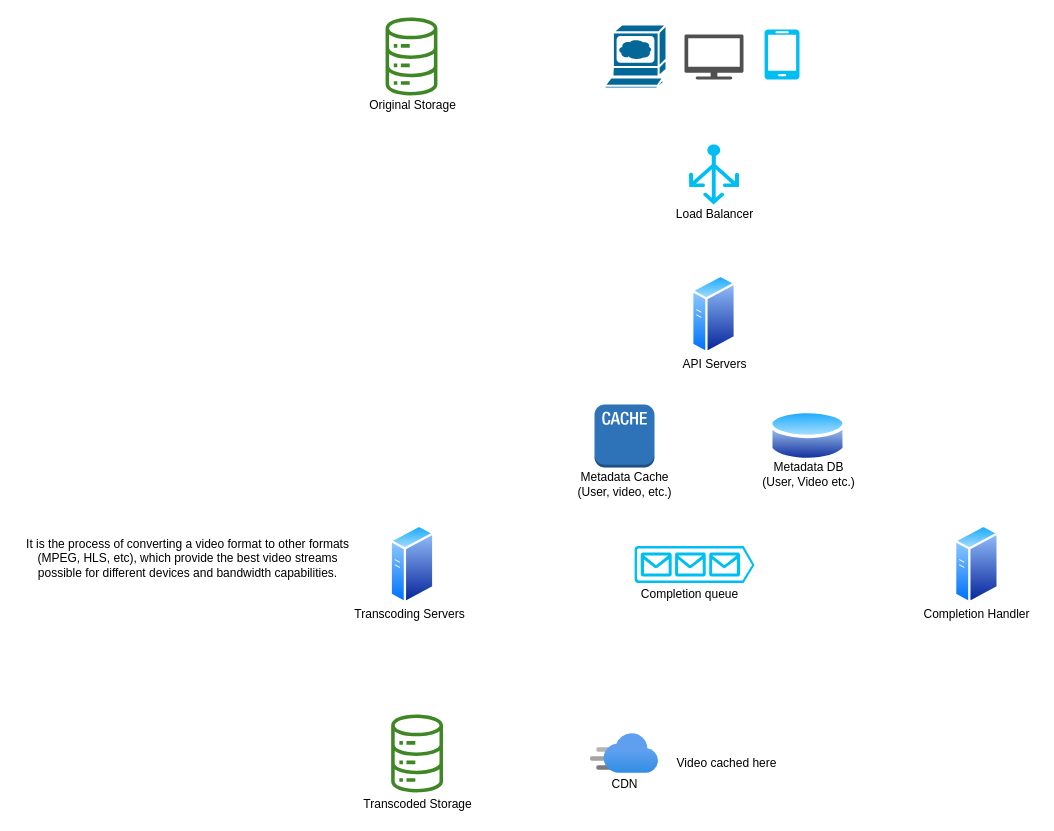
This is Design Youtube.drawio from qiusli/system-design, a draw.io file, before an edit. Source tidied: cells renumbered, new cells numbered last; positions are measured from the earlier drawing's top-left corner, leaving out a move shared by most shapes. Both pictures are drawn from the tidied source at 100%, with x=0, y=0 at pixel (17, 17).
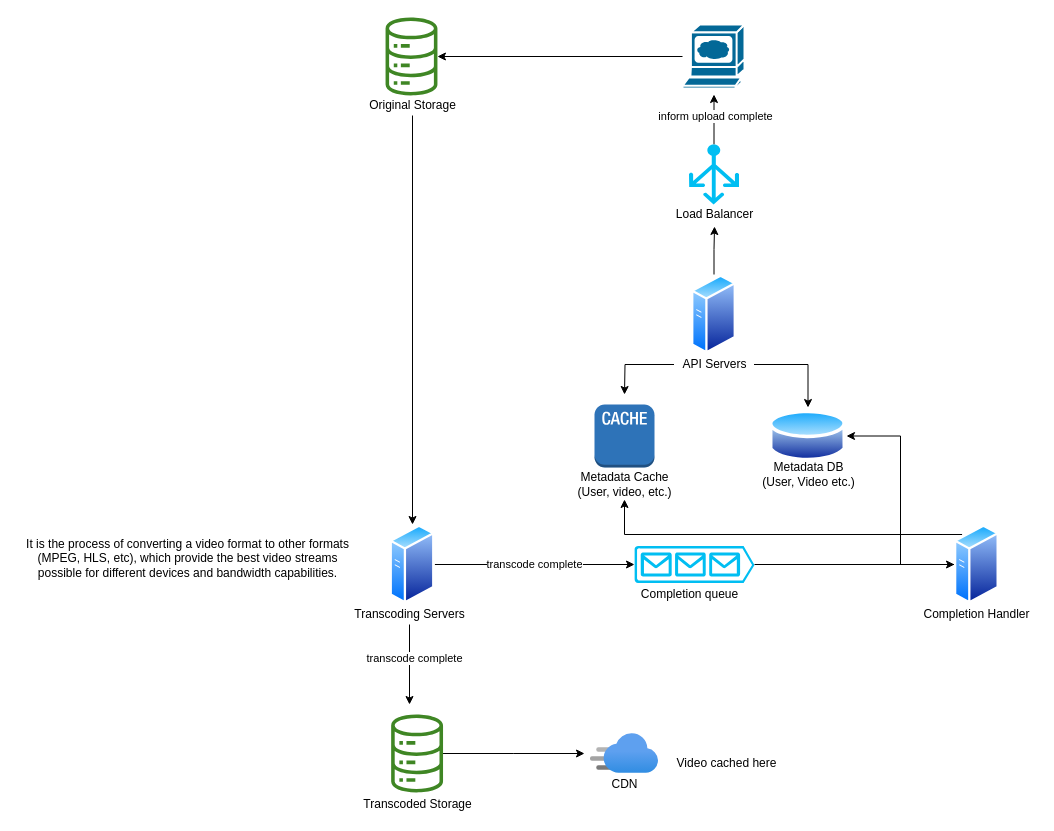
The same diagram, later.

The change refers to these unchanged cells:
```xml
<mxCell id="5" style="sketch=0;outlineConnect=0;fontColor=#232F3E;gradientColor=none;fillColor=#3F8624;strokeColor=none;dashed=0;verticalLabelPosition=bottom;verticalAlign=top;align=center;html=1;fontSize=12;fontStyle=0;shape=mxgraph.aws4.iot_analytics_data_store;" parent="1" vertex="1">
  <mxGeometry x="367" width="54" height="78" as="geometry" />
</mxCell>
<mxCell id="6" style="verticalLabelPosition=bottom;html=1;verticalAlign=top;align=center;strokeColor=none;fillColor=#00BEF2;shape=mxgraph.azure.load_balancer_generic;" parent="1" vertex="1">
  <mxGeometry x="671.5" y="127" width="50" height="60" as="geometry" />
</mxCell>
<mxCell id="8" style="perimeter=ellipsePerimeter;html=1;align=center;shadow=0;dashed=0;spacingTop=3;image;image=img/lib/active_directory/database.svg;" parent="1" vertex="1">
  <mxGeometry x="752" y="390" width="77" height="57" as="geometry" />
</mxCell>
<mxCell id="9" style="perimeter=ellipsePerimeter;html=1;align=center;shadow=0;dashed=0;spacingTop=3;image;image=img/lib/active_directory/generic_server.svg;" parent="1" vertex="1">
  <mxGeometry x="372.6" y="507" width="44.8" height="80" as="geometry" />
</mxCell>
<mxCell id="10" style="sketch=0;outlineConnect=0;fontColor=#232F3E;gradientColor=none;fillColor=#3F8624;strokeColor=none;dashed=0;verticalLabelPosition=bottom;verticalAlign=top;align=center;html=1;fontSize=12;fontStyle=0;shape=mxgraph.aws4.iot_analytics_data_store;" parent="1" vertex="1">
  <mxGeometry x="372.6" y="697" width="54" height="78" as="geometry" />
</mxCell>
<mxCell id="11" style="verticalLabelPosition=bottom;html=1;verticalAlign=top;align=center;strokeColor=none;fillColor=#00BEF2;shape=mxgraph.azure.queue_generic;" parent="1" vertex="1">
  <mxGeometry x="617" y="528.5" width="120" height="37" as="geometry" />
</mxCell>
<mxCell id="12" style="perimeter=ellipsePerimeter;html=1;align=center;shadow=0;dashed=0;spacingTop=3;image;image=img/lib/active_directory/generic_server.svg;" parent="1" vertex="1">
  <mxGeometry x="937" y="507" width="44.8" height="80" as="geometry" />
</mxCell>
<mxCell id="13" style="perimeter=ellipsePerimeter;html=1;align=center;shadow=0;dashed=0;spacingTop=3;image;image=img/lib/active_directory/generic_server.svg;" parent="1" vertex="1">
  <mxGeometry x="674.1" y="257" width="44.8" height="80" as="geometry" />
</mxCell>
<mxCell id="14" value="Original Storage" style="text;html=1;align=center;verticalAlign=middle;points=[];strokeColor=none;fillColor=none;" parent="1" vertex="1">
  <mxGeometry x="345" y="78" width="100" height="20" as="geometry" />
</mxCell>
<mxCell id="15" value="Transcoding Servers" style="text;html=1;align=center;verticalAlign=middle;points=[];strokeColor=none;fillColor=none;" parent="1" vertex="1">
  <mxGeometry x="327" y="587" width="130" height="20" as="geometry" />
</mxCell>
<mxCell id="21" value="Metadata Cache&lt;br&gt;(User, video, etc.)" style="text;html=1;align=center;verticalAlign=middle;points=[];strokeColor=none;fillColor=none;" parent="1" vertex="1">
  <mxGeometry x="552" y="452" width="110" height="30" as="geometry" />
</mxCell>
<mxCell id="23" value="API Servers" style="text;html=1;align=center;verticalAlign=middle;points=[];strokeColor=none;fillColor=none;" parent="1" vertex="1">
  <mxGeometry x="656.5" y="337" width="80" height="20" as="geometry" />
</mxCell>
<mxCell id="24" value="Load Balancer" style="text;html=1;align=center;verticalAlign=middle;points=[];strokeColor=none;fillColor=none;" parent="1" vertex="1">
  <mxGeometry x="651.5" y="187" width="90" height="20" as="geometry" />
</mxCell>
```

Change to the diagram source:
```diff
@@
+    <mxCell id="27" style="edgeStyle=orthogonalEdgeStyle;rounded=0;jettySize=auto;html=1;" parent="1" edge="1" source="2" target="5">
+      <mxGeometry relative="1" as="geometry" />
+    </mxCell>
     <mxCell id="2" style="shape=mxgraph.cisco.computers_and_peripherals.web_browser;html=1;dashed=0;fillColor=#036897;strokeColor=#ffffff;strokeWidth=2;verticalLabelPosition=bottom;verticalAlign=top;align=center;outlineConnect=0;" parent="1" vertex="1">
-      <mxGeometry x="587" y="7" width="62" height="64" as="geometry" />
+      <mxGeometry x="665" y="7" width="62" height="64" as="geometry" />
     </mxCell>
-    <mxCell id="3" style="sketch=0;shadow=0;dashed=0;html=1;strokeColor=none;fillColor=#505050;labelPosition=center;verticalLabelPosition=bottom;verticalAlign=top;align=center;shape=mxgraph.office.devices.tv;" parent="1" vertex="1">
-      <mxGeometry x="667" y="17" width="59" height="45" as="geometry" />
-    </mxCell>
-    <mxCell id="4" style="verticalLabelPosition=bottom;html=1;verticalAlign=top;align=center;strokeColor=none;fillColor=#00BEF2;shape=mxgraph.azure.mobile;" parent="1" vertex="1">
-      <mxGeometry x="747" y="12" width="35" height="50" as="geometry" />
-    </mxCell>
@@
+    <mxCell id="28" style="edgeStyle=orthogonalEdgeStyle;rounded=0;jettySize=auto;html=1;" parent="1" edge="1" source="6">
+      <mxGeometry relative="1" as="geometry">
+        <mxPoint x="696.5" y="77" as="targetPoint" />
+      </mxGeometry>
+    </mxCell>
+    <mxCell id="29" value="inform upload complete" style="edgeLabel;html=1;align=center;verticalAlign=middle;" parent="28" vertex="1">
+      <mxGeometry x="0.16" relative="1" as="geometry">
+        <mxPoint x="1" as="offset" />
+      </mxGeometry>
+    </mxCell>
@@
+    <mxCell id="30" value="transcode complete" style="edgeStyle=orthogonalEdgeStyle;rounded=0;jettySize=auto;html=1;entryX=0;entryY=0.5;entryDx=0;entryDy=0;entryPerimeter=0;" parent="1" edge="1" source="9" target="11">
+      <mxGeometry relative="1" as="geometry" />
+    </mxCell>
@@
+    <mxCell id="31" style="edgeStyle=orthogonalEdgeStyle;rounded=0;jettySize=auto;html=1;" parent="1" edge="1" source="10">
+      <mxGeometry relative="1" as="geometry">
+        <mxPoint x="567" y="736" as="targetPoint" />
+      </mxGeometry>
+    </mxCell>
@@
+    <mxCell id="32" style="edgeStyle=orthogonalEdgeStyle;rounded=0;jettySize=auto;html=1;entryX=0;entryY=0.5;entryDx=0;entryDy=0;" parent="1" edge="1" source="11" target="12">
+      <mxGeometry relative="1" as="geometry" />
+    </mxCell>
@@
+    <mxCell id="33" style="edgeStyle=orthogonalEdgeStyle;rounded=0;jettySize=auto;html=1;entryX=1;entryY=0.5;entryDx=0;entryDy=0;" parent="1" edge="1" source="12" target="8">
+      <mxGeometry relative="1" as="geometry" />
+    </mxCell>
+    <mxCell id="34" style="edgeStyle=orthogonalEdgeStyle;rounded=0;jettySize=auto;html=1;" parent="1" edge="1" source="12" target="21">
+      <mxGeometry relative="1" as="geometry">
+        <Array as="points">
+          <mxPoint x="607" y="517" />
+        </Array>
+      </mxGeometry>
+    </mxCell>
@@
+    <mxCell id="35" style="edgeStyle=orthogonalEdgeStyle;rounded=0;jettySize=auto;html=1;entryX=0.506;entryY=1.1;entryDx=0;entryDy=0;entryPerimeter=0;" parent="1" edge="1" source="13" target="24">
+      <mxGeometry relative="1" as="geometry" />
+    </mxCell>
@@
+    <mxCell id="36" style="edgeStyle=orthogonalEdgeStyle;rounded=0;jettySize=auto;html=1;entryX=0.5;entryY=0;entryDx=0;entryDy=0;" parent="1" edge="1" source="14" target="9">
+      <mxGeometry relative="1" as="geometry" />
+    </mxCell>
@@
+    <mxCell id="37" style="edgeStyle=orthogonalEdgeStyle;rounded=0;jettySize=auto;html=1;" parent="1" edge="1" source="15">
+      <mxGeometry relative="1" as="geometry">
+        <mxPoint x="392" y="687" as="targetPoint" />
+      </mxGeometry>
+    </mxCell>
+    <mxCell id="38" value="transcode complete" style="edgeLabel;html=1;align=center;verticalAlign=middle;" parent="37" vertex="1">
+      <mxGeometry x="-0.17" y="4" relative="1" as="geometry" />
+    </mxCell>
@@
+    <mxCell id="39" style="edgeStyle=orthogonalEdgeStyle;rounded=0;jettySize=auto;html=1;" parent="1" edge="1" source="23">
+      <mxGeometry relative="1" as="geometry">
+        <mxPoint x="607" y="377" as="targetPoint" />
+      </mxGeometry>
+    </mxCell>
+    <mxCell id="40" style="edgeStyle=orthogonalEdgeStyle;rounded=0;jettySize=auto;html=1;entryX=0.5;entryY=0;entryDx=0;entryDy=0;" parent="1" edge="1" source="23" target="8">
+      <mxGeometry relative="1" as="geometry" />
+    </mxCell>
```
